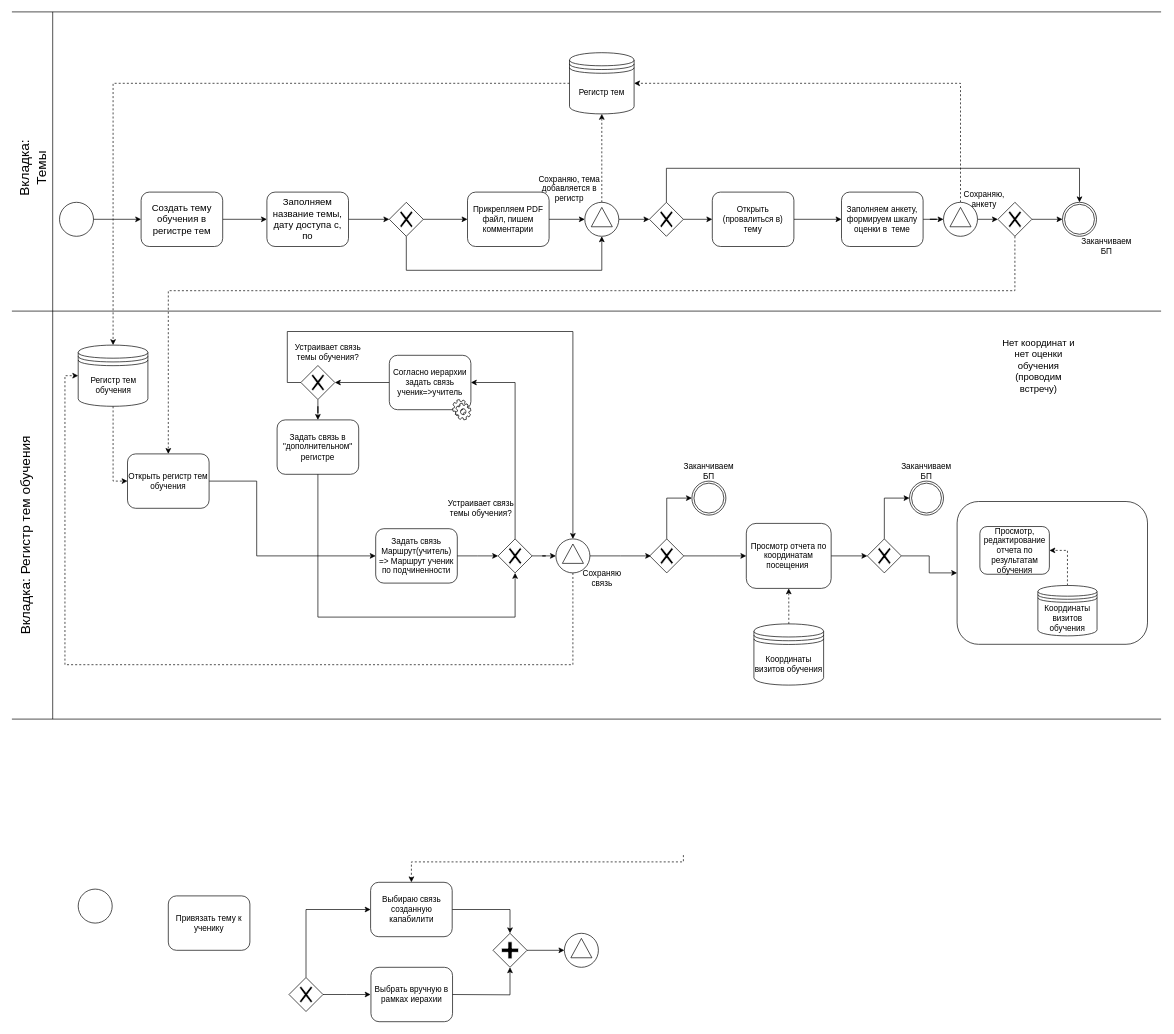
Before: Диаграмма без названия.drawio in VillyVonka537/iograf, a draw.io diagram. Source tidied: cells renumbered, new cells numbered last; positions are measured from the earlier drawing's top-left corner, leaving out a move shared by most shapes. Both pictures are drawn from the tidied source at 68%, with x=0, y=0 at pixel (-97, 12).
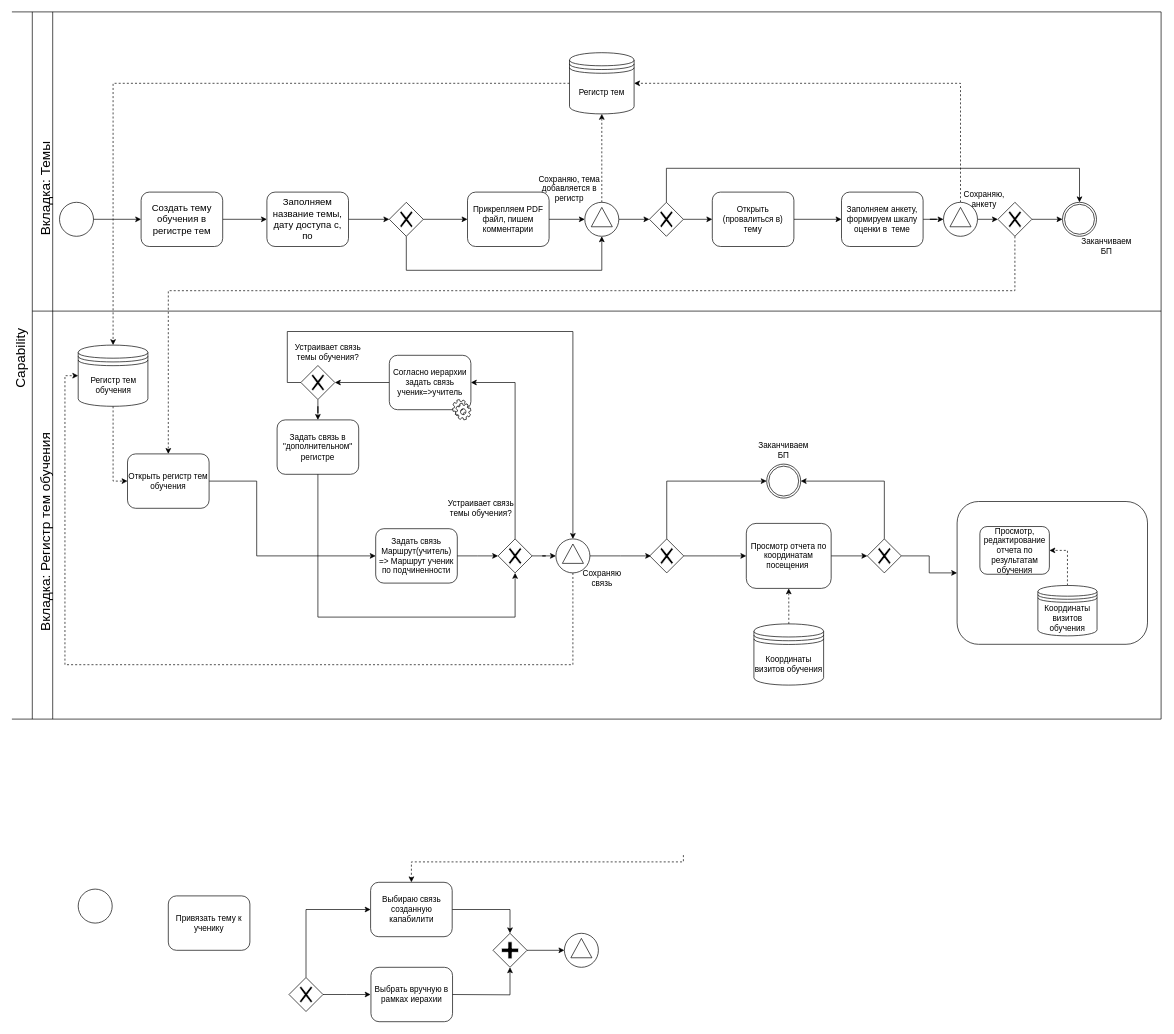
The same page after the edit.

The change refers to these unchanged cells:
```xml
<mxCell id="90" style="shape=mxgraph.bpmn.shape;html=1;verticalLabelPosition=bottom;labelBackgroundColor=#ffffff;verticalAlign=top;align=center;perimeter=rhombusPerimeter;background=gateway;outlineConnect=0;outline=none;symbol=exclusiveGw;comic=0;" parent="1" vertex="1">
  <mxGeometry x="1418" y="775" width="50" height="50" as="geometry" />
</mxCell>
```

Change to the diagram source:
```diff
@@
-    <mxCell id="2" value="&lt;font style=&quot;font-size: 14px&quot;&gt;Нет координат и нет оценки обучения (проводим встречу)&lt;/font&gt;" style="text;html=1;strokeColor=none;fillColor=none;align=center;verticalAlign=middle;whiteSpace=wrap;rounded=0;" parent="1" vertex="1">
-      <mxGeometry x="1610" y="470" width="120" height="100" as="geometry" />
-    </mxCell>
@@
     <mxCell id="43" style="endArrow=none;html=1;" parent="1" edge="1">
       <mxGeometry relative="1" as="geometry">
-        <mxPoint x="160" y="440" as="sourcePoint" />
+        <mxPoint x="190" y="440" as="sourcePoint" />
         <mxPoint x="1850" y="440" as="targetPoint" />
       </mxGeometry>
     </mxCell>
     <mxCell id="44" value="&lt;font style=&quot;font-size: 20px&quot;&gt;Вкладка: Темы&lt;/font&gt;" style="text;html=1;strokeColor=none;fillColor=none;align=center;verticalAlign=middle;whiteSpace=wrap;rounded=0;comic=0;rotation=270;" parent="1" vertex="1">
-      <mxGeometry x="122.5" y="220" width="135" height="20" as="geometry" />
+      <mxGeometry x="90" y="250" width="237.5" height="20" as="geometry" />
     </mxCell>
@@
     <mxCell id="68" value="&lt;font style=&quot;font-size: 20px&quot;&gt;Вкладка: Регистр тем обучения&lt;/font&gt;" style="text;html=1;strokeColor=none;fillColor=none;align=center;verticalAlign=middle;whiteSpace=wrap;rounded=0;comic=0;rotation=270;" parent="1" vertex="1">
-      <mxGeometry y="760" width="357.5" height="20" as="geometry" />
+      <mxGeometry x="30" y="755" width="357.5" height="20" as="geometry" />
     </mxCell>
@@
     <mxCell id="80" style="shape=mxgraph.bpmn.shape;html=1;verticalLabelPosition=bottom;labelBackgroundColor=#ffffff;verticalAlign=top;align=center;perimeter=ellipsePerimeter;outlineConnect=0;outline=throwing;symbol=general;comic=0;" parent="1" vertex="1">
-      <mxGeometry x="1160" y="690" width="50" height="50" as="geometry" />
+      <mxGeometry x="1270" y="665" width="50" height="50" as="geometry" />
     </mxCell>
     <mxCell id="81" value="Заканчиваем БП" style="text;html=1;strokeColor=none;fillColor=none;align=center;verticalAlign=middle;whiteSpace=wrap;rounded=0;" parent="1" vertex="1">
-      <mxGeometry x="1145" y="650" width="80" height="50" as="geometry" />
+      <mxGeometry x="1255" y="620" width="80" height="50" as="geometry" />
     </mxCell>
@@
-    <mxCell id="88" style="edgeStyle=orthogonalEdgeStyle;rounded=0;jettySize=auto;html=1;exitX=0.5;exitY=0;exitDx=0;exitDy=0;entryX=0;entryY=0.5;entryDx=0;entryDy=0;" parent="1" edge="1" source="90" target="91">
+    <mxCell id="88" style="edgeStyle=orthogonalEdgeStyle;rounded=0;jettySize=auto;html=1;exitX=0.5;exitY=0;exitDx=0;exitDy=0;entryX=1;entryY=0.5;entryDx=0;entryDy=0;" parent="1" edge="1" source="90" target="80">
       <mxGeometry relative="1" as="geometry" />
     </mxCell>
@@
-    <mxCell id="91" style="shape=mxgraph.bpmn.shape;html=1;verticalLabelPosition=bottom;labelBackgroundColor=#ffffff;verticalAlign=top;align=center;perimeter=ellipsePerimeter;outlineConnect=0;outline=throwing;symbol=general;comic=0;" parent="1" vertex="1">
-      <mxGeometry x="1480" y="690" width="50" height="50" as="geometry" />
-    </mxCell>
-    <mxCell id="92" value="Заканчиваем БП" style="text;html=1;strokeColor=none;fillColor=none;align=center;verticalAlign=middle;whiteSpace=wrap;rounded=0;" parent="1" vertex="1">
-      <mxGeometry x="1465" y="650" width="80" height="50" as="geometry" />
-    </mxCell>
@@
+    <mxCell id="97" style="endArrow=none;html=1;" parent="1" edge="1">
+      <mxGeometry relative="1" as="geometry">
+        <mxPoint x="190" as="sourcePoint" />
+        <mxPoint x="190" y="1040" as="targetPoint" />
+      </mxGeometry>
+    </mxCell>
+    <mxCell id="98" style="endArrow=none;html=1;" parent="1" edge="1">
+      <mxGeometry relative="1" as="geometry">
+        <mxPoint x="1850" as="sourcePoint" />
+        <mxPoint x="1850" y="1040" as="targetPoint" />
+      </mxGeometry>
+    </mxCell>
+    <mxCell id="99" value="&lt;font style=&quot;font-size: 20px&quot;&gt;Capability&lt;br&gt;&lt;/font&gt;" style="text;html=1;strokeColor=none;fillColor=none;align=center;verticalAlign=middle;whiteSpace=wrap;rounded=0;comic=0;rotation=270;" parent="1" vertex="1">
+      <mxGeometry x="-7.5" y="500" width="357.5" height="20" as="geometry" />
+    </mxCell>
```
